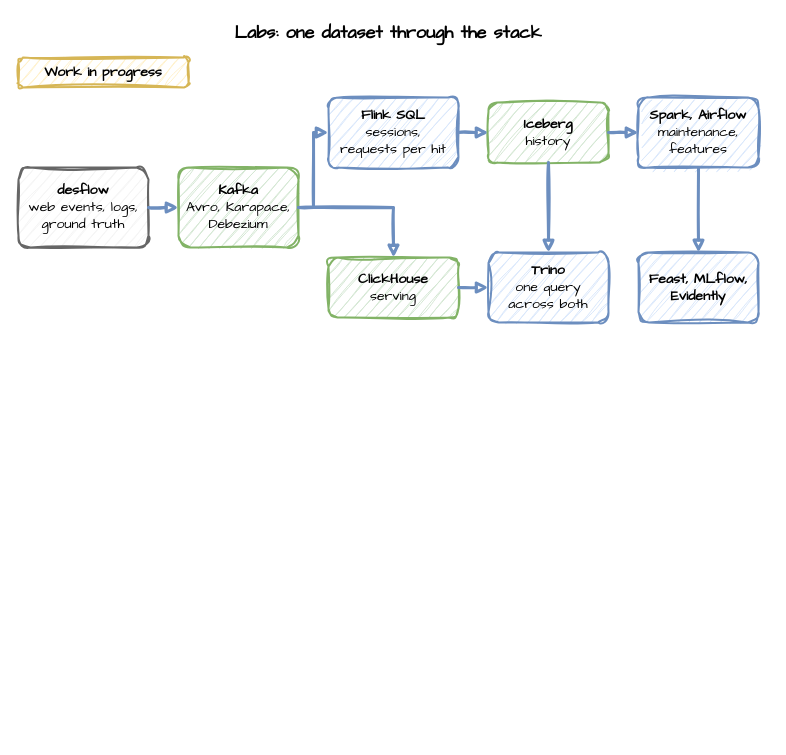
jaehyeon-kim/odctl keeps this draw.io diagram as docs/images/labs.drawio. Above is the earlier version. Source tidied: cells renumbered, new cells numbered last; positions are measured from the earlier drawing's top-left corner, leaving out a move shared by most shapes. Both pictures are drawn from the tidied source at 100%, with x=0, y=0 at pixel (18, 17).
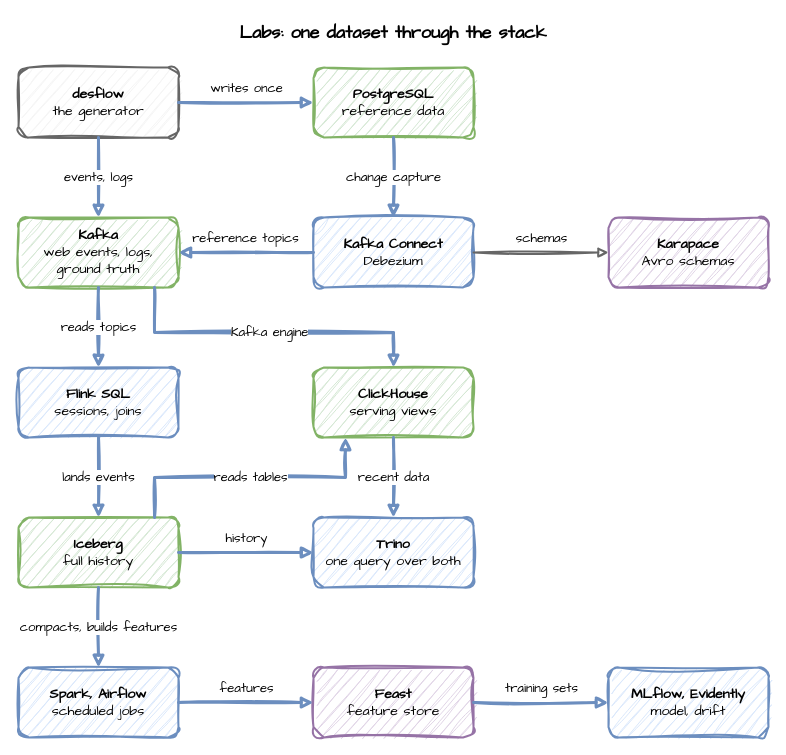
After the change.

What changed in the source:
```diff
@@
     <mxCell id="2" value="Labs: one dataset through the stack" style="text;html=1;align=center;verticalAlign=middle;whiteSpace=wrap;fontFamily=Comic Sans MS;fontSize=18;fontStyle=1;" parent="1" vertex="1">
-      <mxGeometry width="740" height="30" as="geometry" />
+      <mxGeometry width="750" height="30" as="geometry" />
     </mxCell>
-    <mxCell id="3" value="&lt;b&gt;desflow&lt;/b&gt;&lt;br&gt;web events, logs,&lt;br&gt;ground truth" style="rounded=1;whiteSpace=wrap;html=1;sketch=1;curveFitting=1;jiggle=2;fontFamily=Comic Sans MS;fontSize=14;strokeWidth=2;fillColor=#f5f5f5;strokeColor=#666666;" parent="1" vertex="1">
-      <mxGeometry y="150" width="130" height="80" as="geometry" />
-    </mxCell>
-    <mxCell id="4" value="&lt;b&gt;Kafka&lt;/b&gt;&lt;br&gt;Avro, Karapace,&lt;br&gt;Debezium" style="rounded=1;whiteSpace=wrap;html=1;sketch=1;curveFitting=1;jiggle=2;fontFamily=Comic Sans MS;fontSize=14;strokeWidth=2;fillColor=#d5e8d4;strokeColor=#82b366;" parent="1" vertex="1">
-      <mxGeometry x="160" y="150" width="120" height="80" as="geometry" />
-    </mxCell>
-    <mxCell id="5" value="&lt;b&gt;Flink SQL&lt;/b&gt;&lt;br&gt;sessions,&lt;br&gt;requests per hit" style="rounded=1;whiteSpace=wrap;html=1;sketch=1;curveFitting=1;jiggle=2;fontFamily=Comic Sans MS;fontSize=14;strokeWidth=2;fillColor=#dae8fc;strokeColor=#6c8ebf;" parent="1" vertex="1">
-      <mxGeometry x="310" y="80" width="130" height="70" as="geometry" />
-    </mxCell>
-    <mxCell id="6" value="&lt;b&gt;ClickHouse&lt;/b&gt;&lt;br&gt;serving" style="rounded=1;whiteSpace=wrap;html=1;sketch=1;curveFitting=1;jiggle=2;fontFamily=Comic Sans MS;fontSize=14;strokeWidth=2;fillColor=#d5e8d4;strokeColor=#82b366;" parent="1" vertex="1">
-      <mxGeometry x="310" y="240" width="130" height="60" as="geometry" />
-    </mxCell>
-    <mxCell id="7" value="&lt;b&gt;Iceberg&lt;/b&gt;&lt;br&gt;history" style="rounded=1;whiteSpace=wrap;html=1;sketch=1;curveFitting=1;jiggle=2;fontFamily=Comic Sans MS;fontSize=14;strokeWidth=2;fillColor=#d5e8d4;strokeColor=#82b366;" parent="1" vertex="1">
-      <mxGeometry x="470" y="85" width="120" height="60" as="geometry" />
-    </mxCell>
-    <mxCell id="8" value="&lt;b&gt;Trino&lt;/b&gt;&lt;br&gt;one query&lt;br&gt;across both" style="rounded=1;whiteSpace=wrap;html=1;sketch=1;curveFitting=1;jiggle=2;fontFamily=Comic Sans MS;fontSize=14;strokeWidth=2;fillColor=#dae8fc;strokeColor=#6c8ebf;" parent="1" vertex="1">
-      <mxGeometry x="470" y="235" width="120" height="70" as="geometry" />
-    </mxCell>
-    <mxCell id="9" value="&lt;b&gt;Spark, Airflow&lt;/b&gt;&lt;br&gt;maintenance,&lt;br&gt;features" style="rounded=1;whiteSpace=wrap;html=1;sketch=1;curveFitting=1;jiggle=2;fontFamily=Comic Sans MS;fontSize=14;strokeWidth=2;fillColor=#dae8fc;strokeColor=#6c8ebf;" parent="1" vertex="1">
-      <mxGeometry x="620" y="80" width="120" height="70" as="geometry" />
-    </mxCell>
-    <mxCell id="10" value="&lt;b&gt;Feast, MLflow,&lt;br&gt;Evidently&lt;/b&gt;" style="rounded=1;whiteSpace=wrap;html=1;sketch=1;curveFitting=1;jiggle=2;fontFamily=Comic Sans MS;fontSize=14;strokeWidth=2;fillColor=#dae8fc;strokeColor=#6c8ebf;" parent="1" vertex="1">
-      <mxGeometry x="620" y="235" width="120" height="70" as="geometry" />
-    </mxCell>
-    <mxCell id="11" style="edgeStyle=orthogonalEdgeStyle;rounded=0;sketch=1;html=1;endArrow=block;fontFamily=Comic Sans MS;fontSize=13;labelBackgroundColor=#ffffff;strokeWidth=3;strokeColor=#6c8ebf;" parent="1" edge="1" source="3" target="4">
-      <mxGeometry relative="1" as="geometry" />
-    </mxCell>
-    <mxCell id="12" style="edgeStyle=orthogonalEdgeStyle;rounded=0;sketch=1;html=1;endArrow=block;fontFamily=Comic Sans MS;fontSize=13;labelBackgroundColor=#ffffff;strokeWidth=3;strokeColor=#6c8ebf;" parent="1" edge="1" source="4" target="5">
-      <mxGeometry relative="1" as="geometry" />
-    </mxCell>
-    <mxCell id="13" style="edgeStyle=orthogonalEdgeStyle;rounded=0;sketch=1;html=1;endArrow=block;fontFamily=Comic Sans MS;fontSize=13;labelBackgroundColor=#ffffff;strokeWidth=3;strokeColor=#6c8ebf;" parent="1" edge="1" source="4" target="6">
-      <mxGeometry relative="1" as="geometry" />
-    </mxCell>
-    <mxCell id="14" style="edgeStyle=orthogonalEdgeStyle;rounded=0;sketch=1;html=1;endArrow=block;fontFamily=Comic Sans MS;fontSize=13;labelBackgroundColor=#ffffff;strokeWidth=3;strokeColor=#6c8ebf;" parent="1" edge="1" source="5" target="7">
-      <mxGeometry relative="1" as="geometry" />
-    </mxCell>
-    <mxCell id="15" style="edgeStyle=orthogonalEdgeStyle;rounded=0;sketch=1;html=1;endArrow=block;fontFamily=Comic Sans MS;fontSize=13;labelBackgroundColor=#ffffff;strokeWidth=3;strokeColor=#6c8ebf;" parent="1" edge="1" source="7" target="9">
-      <mxGeometry relative="1" as="geometry" />
-    </mxCell>
-    <mxCell id="16" style="edgeStyle=orthogonalEdgeStyle;rounded=0;sketch=1;html=1;endArrow=block;fontFamily=Comic Sans MS;fontSize=13;labelBackgroundColor=#ffffff;strokeWidth=3;strokeColor=#6c8ebf;" parent="1" edge="1" source="7" target="8">
-      <mxGeometry relative="1" as="geometry" />
-    </mxCell>
-    <mxCell id="17" style="edgeStyle=orthogonalEdgeStyle;rounded=0;sketch=1;html=1;endArrow=block;fontFamily=Comic Sans MS;fontSize=13;labelBackgroundColor=#ffffff;strokeWidth=3;strokeColor=#6c8ebf;" parent="1" edge="1" source="6" target="8">
-      <mxGeometry relative="1" as="geometry" />
-    </mxCell>
-    <mxCell id="18" style="edgeStyle=orthogonalEdgeStyle;rounded=0;sketch=1;html=1;endArrow=block;fontFamily=Comic Sans MS;fontSize=13;labelBackgroundColor=#ffffff;strokeWidth=3;strokeColor=#6c8ebf;" parent="1" edge="1" source="9" target="10">
-      <mxGeometry relative="1" as="geometry" />
-    </mxCell>
-    <mxCell id="19" value="&lt;b&gt;Work in progress&lt;/b&gt;" style="rounded=1;whiteSpace=wrap;html=1;sketch=1;curveFitting=1;jiggle=2;fontFamily=Comic Sans MS;fontSize=14;strokeWidth=2;fillColor=#fff2cc;strokeColor=#d6b656;" parent="1" vertex="1">
-      <mxGeometry y="40" width="170" height="30" as="geometry" />
-    </mxCell>
+    <mxCell id="20" value="&lt;b&gt;desflow&lt;/b&gt;&lt;br&gt;the generator" style="rounded=1;whiteSpace=wrap;html=1;sketch=1;curveFitting=1;jiggle=2;fontFamily=Comic Sans MS;fontSize=14;strokeWidth=2;fillColor=#f5f5f5;strokeColor=#666666;" parent="1" vertex="1">
+      <mxGeometry y="50" width="160" height="70" as="geometry" />
+    </mxCell>
+    <mxCell id="21" value="&lt;b&gt;PostgreSQL&lt;/b&gt;&lt;br&gt;reference data" style="rounded=1;whiteSpace=wrap;html=1;sketch=1;curveFitting=1;jiggle=2;fontFamily=Comic Sans MS;fontSize=14;strokeWidth=2;fillColor=#d5e8d4;strokeColor=#82b366;" parent="1" vertex="1">
+      <mxGeometry x="295" y="50" width="160" height="70" as="geometry" />
+    </mxCell>
+    <mxCell id="22" value="&lt;b&gt;Kafka&lt;/b&gt;&lt;br&gt;web events, logs, ground truth" style="rounded=1;whiteSpace=wrap;html=1;sketch=1;curveFitting=1;jiggle=2;fontFamily=Comic Sans MS;fontSize=14;strokeWidth=2;fillColor=#d5e8d4;strokeColor=#82b366;" parent="1" vertex="1">
+      <mxGeometry y="200" width="160" height="70" as="geometry" />
+    </mxCell>
+    <mxCell id="23" value="&lt;b&gt;Kafka Connect&lt;/b&gt;&lt;br&gt;Debezium" style="rounded=1;whiteSpace=wrap;html=1;sketch=1;curveFitting=1;jiggle=2;fontFamily=Comic Sans MS;fontSize=14;strokeWidth=2;fillColor=#dae8fc;strokeColor=#6c8ebf;" parent="1" vertex="1">
+      <mxGeometry x="295" y="200" width="160" height="70" as="geometry" />
+    </mxCell>
+    <mxCell id="24" value="&lt;b&gt;Karapace&lt;/b&gt;&lt;br&gt;Avro schemas" style="rounded=1;whiteSpace=wrap;html=1;sketch=1;curveFitting=1;jiggle=2;fontFamily=Comic Sans MS;fontSize=14;strokeWidth=2;fillColor=#e1d5e7;strokeColor=#9673a6;" parent="1" vertex="1">
+      <mxGeometry x="590" y="200" width="160" height="70" as="geometry" />
+    </mxCell>
+    <mxCell id="25" value="&lt;b&gt;Flink SQL&lt;/b&gt;&lt;br&gt;sessions, joins" style="rounded=1;whiteSpace=wrap;html=1;sketch=1;curveFitting=1;jiggle=2;fontFamily=Comic Sans MS;fontSize=14;strokeWidth=2;fillColor=#dae8fc;strokeColor=#6c8ebf;" parent="1" vertex="1">
+      <mxGeometry y="350" width="160" height="70" as="geometry" />
+    </mxCell>
+    <mxCell id="26" value="&lt;b&gt;ClickHouse&lt;/b&gt;&lt;br&gt;serving views" style="rounded=1;whiteSpace=wrap;html=1;sketch=1;curveFitting=1;jiggle=2;fontFamily=Comic Sans MS;fontSize=14;strokeWidth=2;fillColor=#d5e8d4;strokeColor=#82b366;" parent="1" vertex="1">
+      <mxGeometry x="295" y="350" width="160" height="70" as="geometry" />
+    </mxCell>
+    <mxCell id="27" value="&lt;b&gt;Iceberg&lt;/b&gt;&lt;br&gt;full history" style="rounded=1;whiteSpace=wrap;html=1;sketch=1;curveFitting=1;jiggle=2;fontFamily=Comic Sans MS;fontSize=14;strokeWidth=2;fillColor=#d5e8d4;strokeColor=#82b366;" parent="1" vertex="1">
+      <mxGeometry y="500" width="160" height="70" as="geometry" />
+    </mxCell>
+    <mxCell id="28" value="&lt;b&gt;Trino&lt;/b&gt;&lt;br&gt;one query over both" style="rounded=1;whiteSpace=wrap;html=1;sketch=1;curveFitting=1;jiggle=2;fontFamily=Comic Sans MS;fontSize=14;strokeWidth=2;fillColor=#dae8fc;strokeColor=#6c8ebf;" parent="1" vertex="1">
+      <mxGeometry x="295" y="500" width="160" height="70" as="geometry" />
+    </mxCell>
+    <mxCell id="29" value="&lt;b&gt;Spark, Airflow&lt;/b&gt;&lt;br&gt;scheduled jobs" style="rounded=1;whiteSpace=wrap;html=1;sketch=1;curveFitting=1;jiggle=2;fontFamily=Comic Sans MS;fontSize=14;strokeWidth=2;fillColor=#dae8fc;strokeColor=#6c8ebf;" parent="1" vertex="1">
+      <mxGeometry y="650" width="160" height="70" as="geometry" />
+    </mxCell>
+    <mxCell id="30" value="&lt;b&gt;Feast&lt;/b&gt;&lt;br&gt;feature store" style="rounded=1;whiteSpace=wrap;html=1;sketch=1;curveFitting=1;jiggle=2;fontFamily=Comic Sans MS;fontSize=14;strokeWidth=2;fillColor=#e1d5e7;strokeColor=#9673a6;" parent="1" vertex="1">
+      <mxGeometry x="295" y="650" width="160" height="70" as="geometry" />
+    </mxCell>
+    <mxCell id="31" value="&lt;b&gt;MLflow, Evidently&lt;/b&gt;&lt;br&gt;model, drift" style="rounded=1;whiteSpace=wrap;html=1;sketch=1;curveFitting=1;jiggle=2;fontFamily=Comic Sans MS;fontSize=14;strokeWidth=2;fillColor=#dae8fc;strokeColor=#6c8ebf;" parent="1" vertex="1">
+      <mxGeometry x="590" y="650" width="160" height="70" as="geometry" />
+    </mxCell>
+    <mxCell id="32" value="events, logs" style="edgeStyle=orthogonalEdgeStyle;rounded=0;sketch=1;html=1;endArrow=block;fontFamily=Comic Sans MS;fontSize=13;labelBackgroundColor=#ffffff;strokeWidth=3;strokeColor=#6c8ebf;" parent="1" edge="1" source="20" target="22">
+      <mxGeometry relative="1" as="geometry" />
+    </mxCell>
+    <mxCell id="33" value="writes once" style="edgeStyle=orthogonalEdgeStyle;rounded=0;sketch=1;html=1;endArrow=block;fontFamily=Comic Sans MS;fontSize=13;labelBackgroundColor=#ffffff;strokeWidth=3;strokeColor=#6c8ebf;" parent="1" edge="1" source="20" target="21">
+      <mxGeometry relative="1" as="geometry">
+        <mxPoint y="-14" as="offset" />
+      </mxGeometry>
+    </mxCell>
+    <mxCell id="34" value="change capture" style="edgeStyle=orthogonalEdgeStyle;rounded=0;sketch=1;html=1;endArrow=block;fontFamily=Comic Sans MS;fontSize=13;labelBackgroundColor=#ffffff;strokeWidth=3;strokeColor=#6c8ebf;" parent="1" edge="1" source="21" target="23">
+      <mxGeometry relative="1" as="geometry" />
+    </mxCell>
+    <mxCell id="35" value="reference topics" style="edgeStyle=orthogonalEdgeStyle;rounded=0;sketch=1;html=1;endArrow=block;fontFamily=Comic Sans MS;fontSize=13;labelBackgroundColor=#ffffff;strokeWidth=3;strokeColor=#6c8ebf;" parent="1" edge="1" source="23" target="22">
+      <mxGeometry relative="1" as="geometry">
+        <mxPoint y="-14" as="offset" />
+      </mxGeometry>
+    </mxCell>
+    <mxCell id="36" value="schemas" style="edgeStyle=orthogonalEdgeStyle;rounded=0;sketch=1;html=1;endArrow=block;fontFamily=Comic Sans MS;fontSize=13;labelBackgroundColor=#ffffff;strokeWidth=2;strokeColor=#666666;" parent="1" edge="1" source="23" target="24">
+      <mxGeometry relative="1" as="geometry">
+        <mxPoint y="-14" as="offset" />
+      </mxGeometry>
+    </mxCell>
+    <mxCell id="37" value="reads topics" style="edgeStyle=orthogonalEdgeStyle;rounded=0;sketch=1;html=1;endArrow=block;fontFamily=Comic Sans MS;fontSize=13;labelBackgroundColor=#ffffff;strokeWidth=3;strokeColor=#6c8ebf;" parent="1" edge="1" source="22" target="25">
+      <mxGeometry relative="1" as="geometry" />
+    </mxCell>
+    <mxCell id="38" value="Kafka engine" style="edgeStyle=orthogonalEdgeStyle;rounded=0;sketch=1;html=1;endArrow=block;fontFamily=Comic Sans MS;fontSize=13;labelBackgroundColor=#ffffff;strokeWidth=3;strokeColor=#6c8ebf;exitX=0.85;exitY=1;exitDx=0;exitDy=0;entryX=0.5;entryY=0;entryDx=0;entryDy=0;" parent="1" edge="1" source="22" target="26">
+      <mxGeometry relative="1" as="geometry">
+        <Array as="points">
+          <mxPoint x="136" y="315" />
+          <mxPoint x="375" y="315" />
+        </Array>
+      </mxGeometry>
+    </mxCell>
+    <mxCell id="39" value="lands events" style="edgeStyle=orthogonalEdgeStyle;rounded=0;sketch=1;html=1;endArrow=block;fontFamily=Comic Sans MS;fontSize=13;labelBackgroundColor=#ffffff;strokeWidth=3;strokeColor=#6c8ebf;" parent="1" edge="1" source="25" target="27">
+      <mxGeometry relative="1" as="geometry" />
+    </mxCell>
+    <mxCell id="40" value="recent data" style="edgeStyle=orthogonalEdgeStyle;rounded=0;sketch=1;html=1;endArrow=block;fontFamily=Comic Sans MS;fontSize=13;labelBackgroundColor=#ffffff;strokeWidth=3;strokeColor=#6c8ebf;" parent="1" edge="1" source="26" target="28">
+      <mxGeometry relative="1" as="geometry" />
+    </mxCell>
+    <mxCell id="41" value="history" style="edgeStyle=orthogonalEdgeStyle;rounded=0;sketch=1;html=1;endArrow=block;fontFamily=Comic Sans MS;fontSize=13;labelBackgroundColor=#ffffff;strokeWidth=3;strokeColor=#6c8ebf;" parent="1" edge="1" source="27" target="28">
+      <mxGeometry relative="1" as="geometry">
+        <mxPoint y="-14" as="offset" />
+      </mxGeometry>
+    </mxCell>
+    <mxCell id="42" value="reads tables" style="edgeStyle=orthogonalEdgeStyle;rounded=0;sketch=1;html=1;endArrow=block;fontFamily=Comic Sans MS;fontSize=13;labelBackgroundColor=#ffffff;strokeWidth=3;strokeColor=#6c8ebf;exitX=0.85;exitY=0;exitDx=0;exitDy=0;entryX=0.2;entryY=1;entryDx=0;entryDy=0;" parent="1" edge="1" source="27" target="26">
+      <mxGeometry relative="1" as="geometry">
+        <Array as="points">
+          <mxPoint x="136" y="460" />
+          <mxPoint x="327" y="460" />
+        </Array>
+      </mxGeometry>
+    </mxCell>
+    <mxCell id="43" value="compacts, builds features" style="edgeStyle=orthogonalEdgeStyle;rounded=0;sketch=1;html=1;endArrow=block;fontFamily=Comic Sans MS;fontSize=13;labelBackgroundColor=#ffffff;strokeWidth=3;strokeColor=#6c8ebf;" parent="1" edge="1" source="27" target="29">
+      <mxGeometry relative="1" as="geometry" />
+    </mxCell>
+    <mxCell id="44" value="features" style="edgeStyle=orthogonalEdgeStyle;rounded=0;sketch=1;html=1;endArrow=block;fontFamily=Comic Sans MS;fontSize=13;labelBackgroundColor=#ffffff;strokeWidth=3;strokeColor=#6c8ebf;" parent="1" edge="1" source="29" target="30">
+      <mxGeometry relative="1" as="geometry">
+        <mxPoint y="-14" as="offset" />
+      </mxGeometry>
+    </mxCell>
+    <mxCell id="45" value="training sets" style="edgeStyle=orthogonalEdgeStyle;rounded=0;sketch=1;html=1;endArrow=block;fontFamily=Comic Sans MS;fontSize=13;labelBackgroundColor=#ffffff;strokeWidth=3;strokeColor=#6c8ebf;" parent="1" edge="1" source="30" target="31">
+      <mxGeometry relative="1" as="geometry">
+        <mxPoint y="-14" as="offset" />
+      </mxGeometry>
+    </mxCell>
```
